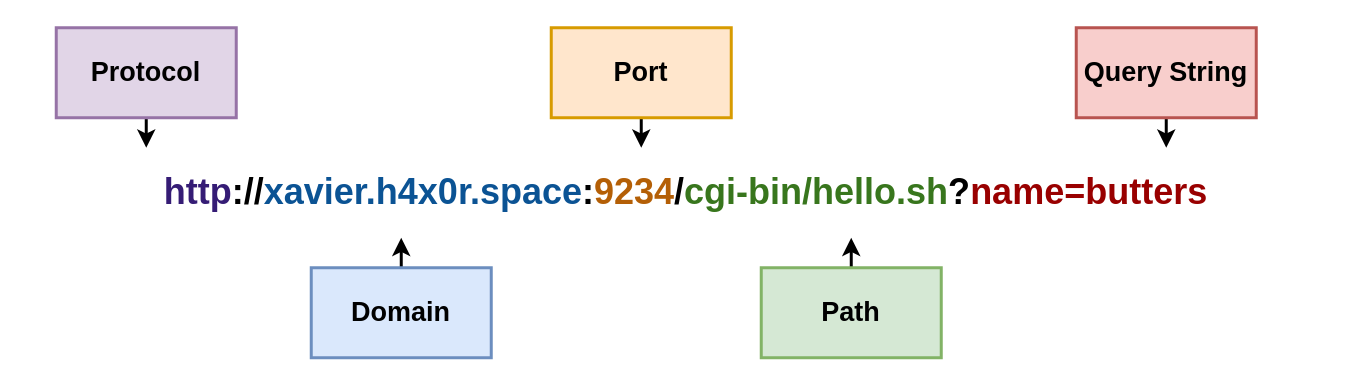
This is static/img/slides24-url.drawio from nd-cse-20589-fa26/nd-cse-20589-fa26.github.io, a draw.io file, before an edit. Source tidied: cells renumbered, new cells numbered last; positions are measured from the earlier drawing's top-left corner, leaving out a move shared by most shapes. Both pictures are drawn from the tidied source at 150%, with x=0, y=0 at pixel (26, 27).
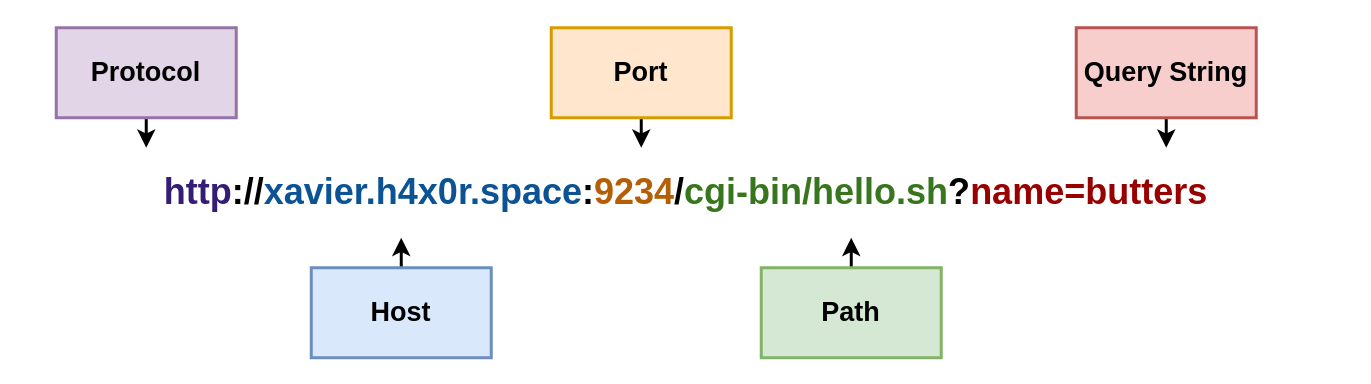
Above is the later version.

Change to the diagram source:
```diff
@@
 <mxGraphModel>
   <root>
     <mxCell id="0" />
     <mxCell id="1" parent="0" />
     <mxCell id="2" value="&lt;font style=&quot;font-size: 24px;&quot;&gt;&lt;b&gt;&lt;span style=&quot;color: rgb(53, 28, 117);&quot;&gt;http&lt;/span&gt;&lt;span style=&quot;color: rgb(0, 0, 0);&quot;&gt;://&lt;/span&gt;&lt;span style=&quot;color: rgb(11, 83, 148);&quot;&gt;xavier.h4x0r.space&lt;/span&gt;:&lt;span style=&quot;color: rgb(180, 95, 6);&quot;&gt;9234&lt;/span&gt;/&lt;span style=&quot;color: rgb(56, 118, 29);&quot;&gt;cgi-bin/hello.sh&lt;/span&gt;?&lt;span style=&quot;color: rgb(153, 0, 0);&quot;&gt;name=butters&lt;/span&gt;&lt;/b&gt;&lt;/font&gt;" style="text;html=1;whiteSpace=wrap;strokeColor=none;fillColor=none;align=center;verticalAlign=middle;rounded=0;fontFamily=Ubuntu Sans Mono;" parent="1" vertex="1">
       <mxGeometry y="90" width="880" height="40" as="geometry" />
     </mxCell>
     <mxCell id="3" style="edgeStyle=orthogonalEdgeStyle;rounded=0;jettySize=auto;html=1;exitX=0.5;exitY=1;exitDx=0;exitDy=0;defaultLabelBackgroundColor=page;strokeWidth=2;" parent="1" edge="1" source="4">
       <mxGeometry relative="1" as="geometry">
         <mxPoint x="80" y="80" as="targetPoint" />
       </mxGeometry>
     </mxCell>
     <mxCell id="4" value="&lt;b&gt;&lt;font style=&quot;font-size: 18px;&quot;&gt;Protocol&lt;/font&gt;&lt;/b&gt;" style="rounded=0;whiteSpace=wrap;html=1;fontFamily=Ubuntu Sans Mono;fillColor=#e1d5e7;strokeColor=#9673a6;strokeWidth=2;" parent="1" vertex="1">
       <mxGeometry x="20" width="120" height="60" as="geometry" />
     </mxCell>
     <mxCell id="5" style="edgeStyle=orthogonalEdgeStyle;rounded=0;jettySize=auto;html=1;exitX=0.5;exitY=1;exitDx=0;exitDy=0;defaultLabelBackgroundColor=page;strokeWidth=2;" parent="1" edge="1" source="6">
       <mxGeometry relative="1" as="geometry">
         <mxPoint x="410" y="80" as="targetPoint" />
       </mxGeometry>
     </mxCell>
     <mxCell id="6" value="&lt;b&gt;&lt;font style=&quot;font-size: 18px;&quot;&gt;Port&lt;/font&gt;&lt;/b&gt;" style="rounded=0;whiteSpace=wrap;html=1;fontFamily=Ubuntu Sans Mono;fillColor=#ffe6cc;strokeColor=#d79b00;strokeWidth=2;" parent="1" vertex="1">
       <mxGeometry x="350" width="120" height="60" as="geometry" />
     </mxCell>
     <mxCell id="7" style="edgeStyle=orthogonalEdgeStyle;rounded=0;jettySize=auto;html=1;exitX=0.5;exitY=1;exitDx=0;exitDy=0;defaultLabelBackgroundColor=page;strokeWidth=2;" parent="1" edge="1" source="8">
       <mxGeometry relative="1" as="geometry">
         <mxPoint x="760" y="80" as="targetPoint" />
       </mxGeometry>
     </mxCell>
     <mxCell id="8" value="&lt;b&gt;&lt;font style=&quot;font-size: 18px;&quot;&gt;Query String&lt;/font&gt;&lt;/b&gt;" style="rounded=0;whiteSpace=wrap;html=1;fontFamily=Ubuntu Sans Mono;fillColor=#f8cecc;strokeColor=#b85450;strokeWidth=2;" parent="1" vertex="1">
       <mxGeometry x="700" width="120" height="60" as="geometry" />
     </mxCell>
     <mxCell id="9" style="edgeStyle=orthogonalEdgeStyle;rounded=0;jettySize=auto;html=1;exitX=0.5;exitY=0;exitDx=0;exitDy=0;defaultLabelBackgroundColor=page;strokeWidth=2;" parent="1" edge="1" source="10">
       <mxGeometry relative="1" as="geometry">
         <mxPoint x="250" y="140" as="targetPoint" />
       </mxGeometry>
     </mxCell>
-    <mxCell id="10" value="&lt;b&gt;&lt;font style=&quot;font-size: 18px;&quot;&gt;Domain&lt;/font&gt;&lt;/b&gt;" style="rounded=0;whiteSpace=wrap;html=1;fontFamily=Ubuntu Sans Mono;fillColor=#dae8fc;strokeColor=#6c8ebf;strokeWidth=2;" parent="1" vertex="1">
+    <mxCell id="10" value="&lt;b&gt;&lt;font style=&quot;font-size: 18px;&quot;&gt;Host&lt;/font&gt;&lt;/b&gt;" style="rounded=0;whiteSpace=wrap;html=1;fontFamily=Ubuntu Sans Mono;fillColor=#dae8fc;strokeColor=#6c8ebf;strokeWidth=2;" parent="1" vertex="1">
       <mxGeometry x="190" y="160" width="120" height="60" as="geometry" />
     </mxCell>
     <mxCell id="11" style="edgeStyle=orthogonalEdgeStyle;rounded=0;jettySize=auto;html=1;exitX=0.5;exitY=0;exitDx=0;exitDy=0;defaultLabelBackgroundColor=page;strokeWidth=2;" parent="1" edge="1" source="12">
       <mxGeometry relative="1" as="geometry">
         <mxPoint x="550" y="140" as="targetPoint" />
       </mxGeometry>
     </mxCell>
     <mxCell id="12" value="&lt;b&gt;&lt;font style=&quot;font-size: 18px;&quot;&gt;Path&lt;/font&gt;&lt;/b&gt;" style="rounded=0;whiteSpace=wrap;html=1;fontFamily=Ubuntu Sans Mono;fillColor=#d5e8d4;strokeColor=#82b366;strokeWidth=2;" parent="1" vertex="1">
       <mxGeometry x="490" y="160" width="120" height="60" as="geometry" />
     </mxCell>
   </root>
 </mxGraphModel>
```
